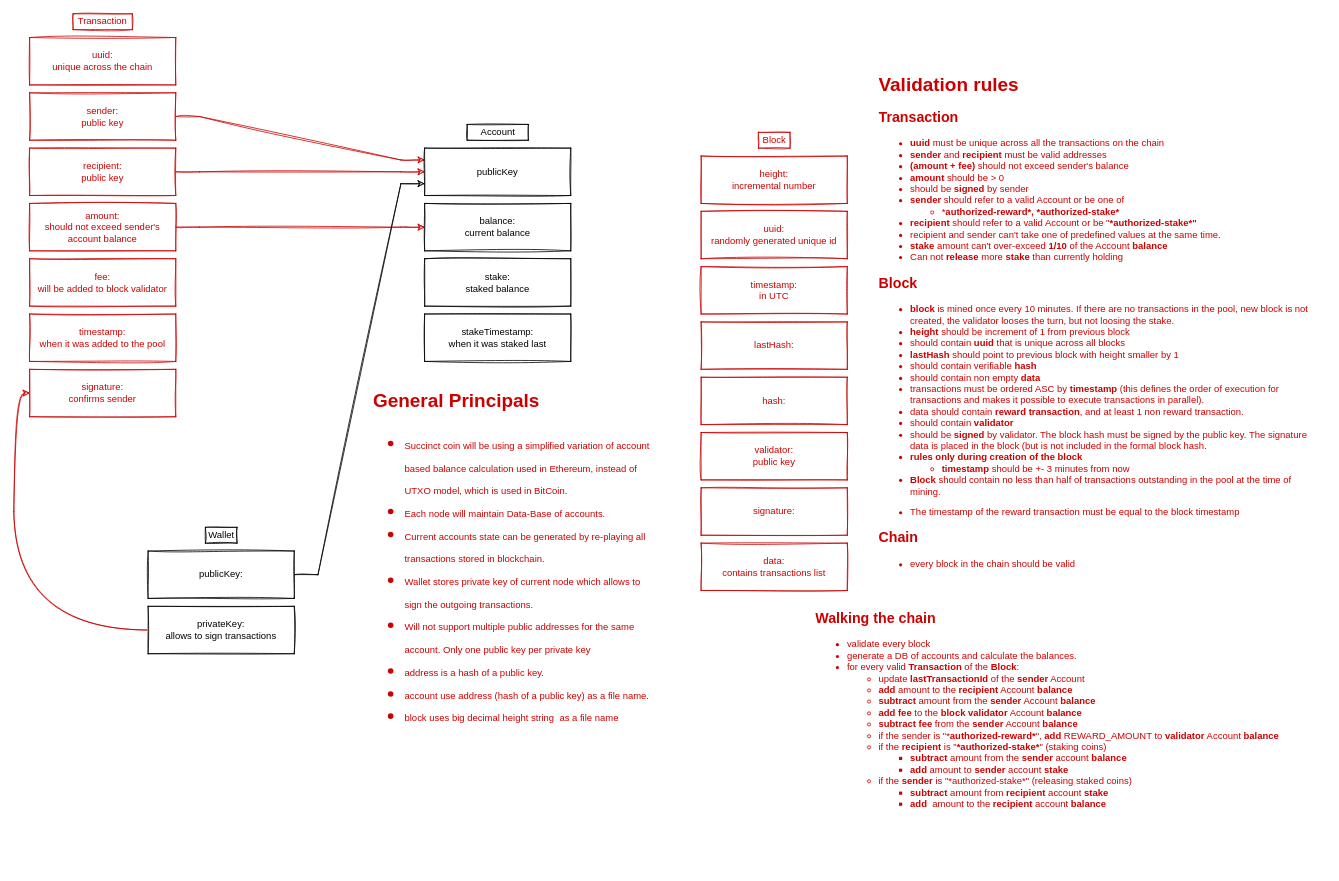
Before: docs/Transaction Structure Diagram.drawio in echowaves/succinctcoin, a draw.io diagram. Source tidied: cells renumbered, new cells numbered last; positions are measured from the earlier drawing's top-left corner, leaving out a move shared by most shapes. Both pictures are drawn from the tidied source at 79%, with x=0, y=0 at pixel (29, 13).
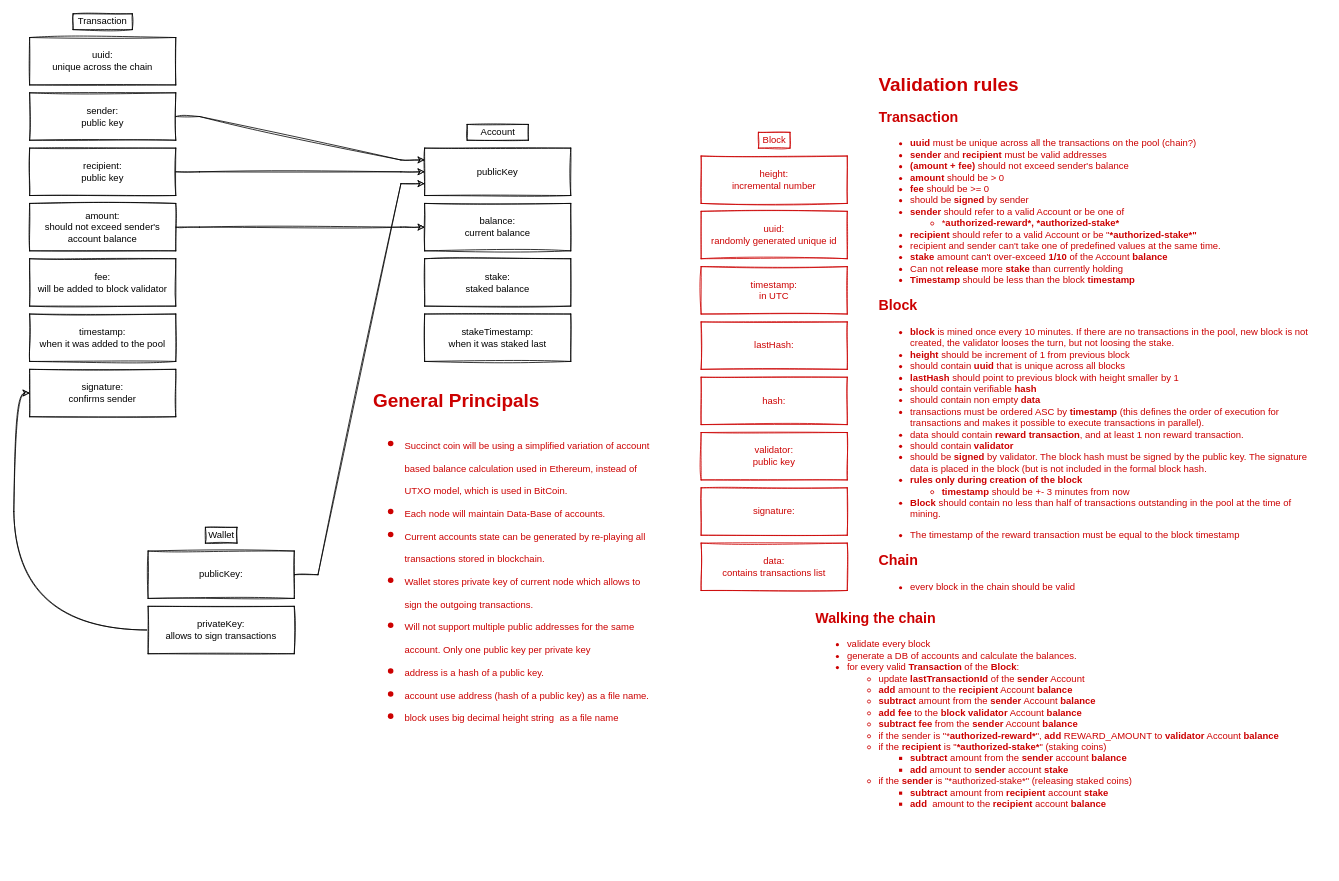
Above is the later version.

The change refers to these unchanged cells:
```xml
<mxCell id="11" value="publicKey&lt;br&gt;" style="rounded=0;whiteSpace=wrap;html=1;sketch=1;" parent="1" vertex="1">
  <mxGeometry x="500" y="170" width="185" height="60" as="geometry" />
</mxCell>
<mxCell id="12" value="balance:&lt;br&gt;current balance" style="rounded=0;whiteSpace=wrap;html=1;sketch=1;" parent="1" vertex="1">
  <mxGeometry x="500" y="240" width="185" height="60" as="geometry" />
</mxCell>
<mxCell id="17" value="privateKey:&lt;br&gt;allows to sign transactions" style="rounded=0;whiteSpace=wrap;html=1;sketch=1;" parent="1" vertex="1">
  <mxGeometry x="150" y="750" width="185" height="60" as="geometry" />
</mxCell>
```

What changed in the source:
```diff
@@
-    <mxCell id="2" style="edgeStyle=entityRelationEdgeStyle;rounded=0;sketch=1;jettySize=auto;html=1;entryX=0;entryY=0.25;entryDx=0;entryDy=0;strokeColor=#CC0000;fontColor=#CC0000;" parent="1" edge="1" source="3" target="11">
+    <mxCell id="2" style="edgeStyle=entityRelationEdgeStyle;rounded=0;sketch=1;jettySize=auto;html=1;entryX=0;entryY=0.25;entryDx=0;entryDy=0;" parent="1" edge="1" source="3" target="11">
       <mxGeometry relative="1" as="geometry" />
     </mxCell>
-    <mxCell id="3" value="sender:&lt;br&gt;public key" style="rounded=0;whiteSpace=wrap;html=1;sketch=1;strokeColor=#CC0000;fontColor=#CC0000;" parent="1" vertex="1">
+    <mxCell id="3" value="sender:&lt;br&gt;public key" style="rounded=0;whiteSpace=wrap;html=1;sketch=1;" parent="1" vertex="1">
       <mxGeometry y="100" width="185" height="60" as="geometry" />
     </mxCell>
-    <mxCell id="4" style="edgeStyle=entityRelationEdgeStyle;rounded=0;sketch=1;jettySize=auto;html=1;exitX=1;exitY=0.5;exitDx=0;exitDy=0;entryX=0;entryY=0.5;entryDx=0;entryDy=0;strokeColor=#CC0000;fontColor=#CC0000;" parent="1" edge="1" source="5" target="11">
+    <mxCell id="4" style="edgeStyle=entityRelationEdgeStyle;rounded=0;sketch=1;jettySize=auto;html=1;exitX=1;exitY=0.5;exitDx=0;exitDy=0;entryX=0;entryY=0.5;entryDx=0;entryDy=0;" parent="1" edge="1" source="5" target="11">
       <mxGeometry relative="1" as="geometry" />
     </mxCell>
-    <mxCell id="5" value="recipient:&lt;br&gt;public key" style="rounded=0;whiteSpace=wrap;html=1;sketch=1;strokeColor=#CC0000;fontColor=#CC0000;" parent="1" vertex="1">
+    <mxCell id="5" value="recipient:&lt;br&gt;public key" style="rounded=0;whiteSpace=wrap;html=1;sketch=1;" parent="1" vertex="1">
       <mxGeometry y="170" width="185" height="60" as="geometry" />
     </mxCell>
-    <mxCell id="6" style="edgeStyle=entityRelationEdgeStyle;rounded=0;sketch=1;jettySize=auto;html=1;exitX=1;exitY=0.5;exitDx=0;exitDy=0;entryX=0;entryY=0.5;entryDx=0;entryDy=0;strokeColor=#CC0000;fontColor=#CC0000;" parent="1" edge="1" source="7" target="12">
+    <mxCell id="6" style="edgeStyle=entityRelationEdgeStyle;rounded=0;sketch=1;jettySize=auto;html=1;exitX=1;exitY=0.5;exitDx=0;exitDy=0;entryX=0;entryY=0.5;entryDx=0;entryDy=0;" parent="1" edge="1" source="7" target="12">
       <mxGeometry relative="1" as="geometry" />
     </mxCell>
-    <mxCell id="7" value="amount:&lt;br&gt;should not exceed sender's account balance" style="rounded=0;whiteSpace=wrap;html=1;sketch=1;strokeColor=#CC0000;fontColor=#CC0000;" parent="1" vertex="1">
+    <mxCell id="7" value="amount:&lt;br&gt;should not exceed sender's account balance" style="rounded=0;whiteSpace=wrap;html=1;sketch=1;" parent="1" vertex="1">
       <mxGeometry y="240" width="185" height="60" as="geometry" />
     </mxCell>
-    <mxCell id="8" value="signature:&lt;br&gt;confirms sender" style="rounded=0;whiteSpace=wrap;html=1;sketch=1;strokeColor=#CC0000;fontColor=#CC0000;" parent="1" vertex="1">
+    <mxCell id="8" value="signature:&lt;br&gt;confirms sender" style="rounded=0;whiteSpace=wrap;html=1;sketch=1;" parent="1" vertex="1">
       <mxGeometry y="450" width="185" height="60" as="geometry" />
     </mxCell>
-    <mxCell id="9" value="Transaction" style="text;html=1;fillColor=none;align=center;verticalAlign=middle;whiteSpace=wrap;rounded=0;sketch=1;strokeColor=#CC0000;fontColor=#CC0000;" parent="1" vertex="1">
+    <mxCell id="9" value="Transaction" style="text;html=1;fillColor=none;align=center;verticalAlign=middle;whiteSpace=wrap;rounded=0;sketch=1;strokeColor=#000000;" parent="1" vertex="1">
       <mxGeometry x="55" width="75" height="20" as="geometry" />
     </mxCell>
@@
-    <mxCell id="16" style="rounded=0;sketch=1;jettySize=auto;html=1;exitX=0;exitY=0.5;exitDx=0;exitDy=0;entryX=0;entryY=0.5;entryDx=0;entryDy=0;edgeStyle=orthogonalEdgeStyle;curved=1;strokeColor=#CC0000;fontColor=#CC0000;" parent="1" edge="1" source="17" target="8">
+    <mxCell id="16" style="rounded=0;sketch=1;jettySize=auto;html=1;exitX=0;exitY=0.5;exitDx=0;exitDy=0;entryX=0;entryY=0.5;entryDx=0;entryDy=0;edgeStyle=orthogonalEdgeStyle;curved=1;" parent="1" edge="1" source="17" target="8">
       <mxGeometry relative="1" as="geometry" />
     </mxCell>
@@
-    <mxCell id="19" value="fee:&lt;br&gt;will be added to block validator" style="rounded=0;whiteSpace=wrap;html=1;sketch=1;strokeColor=#CC0000;fontColor=#CC0000;" parent="1" vertex="1">
+    <mxCell id="19" value="fee:&lt;br&gt;will be added to block validator" style="rounded=0;whiteSpace=wrap;html=1;sketch=1;" parent="1" vertex="1">
       <mxGeometry y="310" width="185" height="60" as="geometry" />
     </mxCell>
@@
-    <mxCell id="30" value="&lt;h1&gt;Validation rules&lt;/h1&gt;&lt;h2&gt;Transaction&lt;/h2&gt;&lt;div&gt;&lt;ul&gt;&lt;li&gt;&lt;b&gt;uuid&lt;/b&gt; must be unique across all the transactions on the chain&lt;/li&gt;&lt;li&gt;&lt;b&gt;sender&lt;/b&gt; and &lt;b&gt;recipient&lt;/b&gt; must be valid addresses&lt;/li&gt;&lt;li&gt;&lt;b&gt;(amount + fee)&lt;/b&gt;&lt;span&gt; should not exceed sender's balance&lt;/span&gt;&lt;br&gt;&lt;/li&gt;&lt;li&gt;&lt;b&gt;amount&lt;/b&gt; should be &amp;gt; 0&lt;/li&gt;&lt;li&gt;should be &lt;b&gt;signed&lt;/b&gt; by sender&lt;/li&gt;&lt;li&gt;&lt;b&gt;sender&lt;/b&gt; should refer to a valid Account or be one of&lt;/li&gt;&lt;ul&gt;&lt;li&gt;*&lt;b&gt;authorized-reward*,&amp;nbsp;&lt;/b&gt;&lt;b&gt;*authorized-stake*&lt;/b&gt;&lt;br&gt;&lt;/li&gt;&lt;/ul&gt;&lt;li&gt;&lt;b&gt;recipient &lt;/b&gt;should refer to a valid Account or be &quot;&lt;b&gt;*authorized-stake*&quot;&lt;/b&gt;&lt;/li&gt;&lt;li&gt;recipient and sender can't take one of predefined values at the same time.&lt;/li&gt;&lt;li&gt;&lt;b&gt;stake &lt;/b&gt;amount can't over-exceed &lt;b&gt;1/10&lt;/b&gt; of the Account &lt;b&gt;balance&lt;/b&gt;&lt;/li&gt;&lt;li&gt;Can not &lt;b&gt;release&lt;/b&gt; more &lt;b&gt;stake&lt;/b&gt; than currently holding&lt;/li&gt;&lt;/ul&gt;&lt;/div&gt;&lt;h2&gt;Block&lt;/h2&gt;&lt;div&gt;&lt;ul&gt;&lt;li&gt;&lt;b&gt;block &lt;/b&gt;is mined once every 10 minutes. If there are no transactions in the pool, new block is not created, the validator looses the turn, but not loosing the stake.&lt;/li&gt;&lt;li&gt;&lt;b&gt;height&lt;/b&gt; should be increment of 1 from previous block&lt;/li&gt;&lt;li&gt;should contain &lt;b&gt;uuid &lt;/b&gt;that is unique across all blocks&lt;/li&gt;&lt;li&gt;&lt;b&gt;lastHash&lt;/b&gt; should point to previous block with height smaller by 1&lt;/li&gt;&lt;li&gt;should contain verifiable &lt;b&gt;hash&lt;/b&gt;&lt;/li&gt;&lt;li&gt;should contain non empty &lt;b&gt;data&lt;/b&gt;&amp;nbsp;&amp;nbsp;&lt;/li&gt;&lt;li&gt;transactions must be ordered ASC by &lt;b&gt;timestamp &lt;/b&gt;(this defines the order of execution for transactions and makes it possible to execute transactions in parallel).&lt;/li&gt;&lt;li&gt;data should contain &lt;b&gt;reward transaction&lt;/b&gt;, and at least 1 non reward transaction.&lt;/li&gt;&lt;li&gt;should contain &lt;b&gt;validator&lt;/b&gt;&lt;/li&gt;&lt;li&gt;should be &lt;b&gt;signed&lt;/b&gt; by validator. The block hash must be signed by the public key. The signature data is placed in the block (but is not included in the formal block hash.&lt;/li&gt;&lt;li&gt;&lt;b&gt;rules only during creation of the block&lt;/b&gt;&lt;/li&gt;&lt;ul&gt;&lt;li&gt;&lt;b&gt;timestamp&lt;/b&gt; should be +- 3 minutes from now&lt;/li&gt;&lt;/ul&gt;&lt;li&gt;&lt;b&gt;Block &lt;/b&gt;should contain no less than half of transactions outstanding in the pool at the time of mining.&lt;/li&gt;&lt;/ul&gt;&lt;p&gt;&lt;/p&gt;&lt;ul&gt;&lt;li&gt;&lt;span style=&quot;background-color: rgb(255 , 255 , 255)&quot;&gt;&lt;font style=&quot;font-size: 12px&quot;&gt;The timestamp of the reward transaction must be equal to the block timestamp&lt;/font&gt;&lt;/span&gt;&lt;/li&gt;&lt;/ul&gt;&lt;p&gt;&lt;/p&gt;&lt;/div&gt;&lt;h2&gt;Chain&lt;/h2&gt;&lt;div&gt;&lt;ul&gt;&lt;li&gt;every block in the chain should be valid&lt;/li&gt;&lt;/ul&gt;&lt;div&gt;&lt;br&gt;&lt;/div&gt;&lt;/div&gt;&lt;h2&gt;&lt;br&gt;&lt;/h2&gt;" style="text;html=1;fillColor=none;spacing=5;spacingTop=-20;whiteSpace=wrap;overflow=hidden;rounded=0;sketch=1;fontColor=#CC0000;" parent="1" vertex="1">
+    <mxCell id="30" value="&lt;h1&gt;Validation rules&lt;/h1&gt;&lt;h2&gt;Transaction&lt;/h2&gt;&lt;div&gt;&lt;ul&gt;&lt;li&gt;&lt;b&gt;uuid&lt;/b&gt; must be unique across all the transactions on the pool (chain?)&lt;/li&gt;&lt;li&gt;&lt;b&gt;sender&lt;/b&gt; and &lt;b&gt;recipient&lt;/b&gt; must be valid addresses&lt;/li&gt;&lt;li&gt;&lt;b&gt;(amount + fee)&lt;/b&gt;&lt;span&gt; should not exceed sender's balance&lt;/span&gt;&lt;br&gt;&lt;/li&gt;&lt;li&gt;&lt;b&gt;amount&lt;/b&gt; should be &amp;gt; 0&lt;/li&gt;&lt;li&gt;&lt;b&gt;fee&lt;/b&gt;&amp;nbsp;should be &amp;gt;= 0&lt;/li&gt;&lt;li&gt;should be &lt;b&gt;signed&lt;/b&gt; by sender&lt;/li&gt;&lt;li&gt;&lt;b&gt;sender&lt;/b&gt; should refer to a valid Account or be one of&lt;/li&gt;&lt;ul&gt;&lt;li&gt;*&lt;b&gt;authorized-reward*,&amp;nbsp;&lt;/b&gt;&lt;b&gt;*authorized-stake*&lt;/b&gt;&lt;br&gt;&lt;/li&gt;&lt;/ul&gt;&lt;li&gt;&lt;b&gt;recipient &lt;/b&gt;should refer to a valid Account or be &quot;&lt;b&gt;*authorized-stake*&quot;&lt;/b&gt;&lt;/li&gt;&lt;li&gt;recipient and sender can't take one of predefined values at the same time.&lt;/li&gt;&lt;li&gt;&lt;b&gt;stake &lt;/b&gt;amount can't over-exceed &lt;b&gt;1/10&lt;/b&gt; of the Account &lt;b&gt;balance&lt;/b&gt;&lt;/li&gt;&lt;li&gt;Can not &lt;b&gt;release&lt;/b&gt; more &lt;b&gt;stake&lt;/b&gt; than currently holding&lt;/li&gt;&lt;li&gt;&lt;b&gt;Timestamp &lt;/b&gt;should be less than the block &lt;b&gt;timestamp&lt;/b&gt;&lt;/li&gt;&lt;/ul&gt;&lt;/div&gt;&lt;h2&gt;Block&lt;/h2&gt;&lt;div&gt;&lt;ul&gt;&lt;li&gt;&lt;b&gt;block &lt;/b&gt;is mined once every 10 minutes. If there are no transactions in the pool, new block is not created, the validator looses the turn, but not loosing the stake.&lt;/li&gt;&lt;li&gt;&lt;b&gt;height&lt;/b&gt; should be increment of 1 from previous block&lt;/li&gt;&lt;li&gt;should contain &lt;b&gt;uuid &lt;/b&gt;that is unique across all blocks&lt;/li&gt;&lt;li&gt;&lt;b&gt;lastHash&lt;/b&gt; should point to previous block with height smaller by 1&lt;/li&gt;&lt;li&gt;should contain verifiable &lt;b&gt;hash&lt;/b&gt;&lt;/li&gt;&lt;li&gt;should contain non empty &lt;b&gt;data&lt;/b&gt;&amp;nbsp;&amp;nbsp;&lt;/li&gt;&lt;li&gt;transactions must be ordered ASC by &lt;b&gt;timestamp &lt;/b&gt;(this defines the order of execution for transactions and makes it possible to execute transactions in parallel).&lt;/li&gt;&lt;li&gt;data should contain &lt;b&gt;reward transaction&lt;/b&gt;, and at least 1 non reward transaction.&lt;/li&gt;&lt;li&gt;should contain &lt;b&gt;validator&lt;/b&gt;&lt;/li&gt;&lt;li&gt;should be &lt;b&gt;signed&lt;/b&gt; by validator. The block hash must be signed by the public key. The signature data is placed in the block (but is not included in the formal block hash.&lt;/li&gt;&lt;li&gt;&lt;b&gt;rules only during creation of the block&lt;/b&gt;&lt;/li&gt;&lt;ul&gt;&lt;li&gt;&lt;b&gt;timestamp&lt;/b&gt; should be +- 3 minutes from now&lt;/li&gt;&lt;/ul&gt;&lt;li&gt;&lt;b&gt;Block &lt;/b&gt;should contain no less than half of transactions outstanding in the pool at the time of mining.&lt;/li&gt;&lt;/ul&gt;&lt;p&gt;&lt;/p&gt;&lt;ul&gt;&lt;li&gt;&lt;span style=&quot;background-color: rgb(255 , 255 , 255)&quot;&gt;&lt;font style=&quot;font-size: 12px&quot;&gt;The timestamp of the reward transaction must be equal to the block timestamp&lt;/font&gt;&lt;/span&gt;&lt;/li&gt;&lt;/ul&gt;&lt;p&gt;&lt;/p&gt;&lt;/div&gt;&lt;h2&gt;Chain&lt;/h2&gt;&lt;div&gt;&lt;ul&gt;&lt;li&gt;every block in the chain should be valid&lt;/li&gt;&lt;/ul&gt;&lt;div&gt;&lt;br&gt;&lt;/div&gt;&lt;/div&gt;&lt;h2&gt;&lt;br&gt;&lt;/h2&gt;" style="text;html=1;fillColor=none;spacing=5;spacingTop=-20;whiteSpace=wrap;overflow=hidden;rounded=0;sketch=1;fontColor=#CC0000;" parent="1" vertex="1">
       <mxGeometry x="1070" y="70" width="560" height="660" as="geometry" />
     </mxCell>
@@
-    <mxCell id="33" value="&lt;font color=&quot;#cc0000&quot;&gt;timestamp:&lt;br&gt;when it was added to the pool&lt;/font&gt;" style="rounded=0;whiteSpace=wrap;html=1;sketch=1;strokeColor=#CC0000;" parent="1" vertex="1">
+    <mxCell id="33" value="&lt;font&gt;timestamp:&lt;br&gt;when it was added to the pool&lt;/font&gt;" style="rounded=0;whiteSpace=wrap;html=1;sketch=1;" parent="1" vertex="1">
       <mxGeometry y="380" width="185" height="60" as="geometry" />
     </mxCell>
-    <mxCell id="34" value="uuid:&lt;br&gt;unique across the chain" style="rounded=0;whiteSpace=wrap;html=1;sketch=1;strokeColor=#CC0000;fontColor=#CC0000;" parent="1" vertex="1">
+    <mxCell id="34" value="uuid:&lt;br&gt;unique across the chain" style="rounded=0;whiteSpace=wrap;html=1;sketch=1;" parent="1" vertex="1">
       <mxGeometry y="30" width="185" height="60" as="geometry" />
     </mxCell>
```
